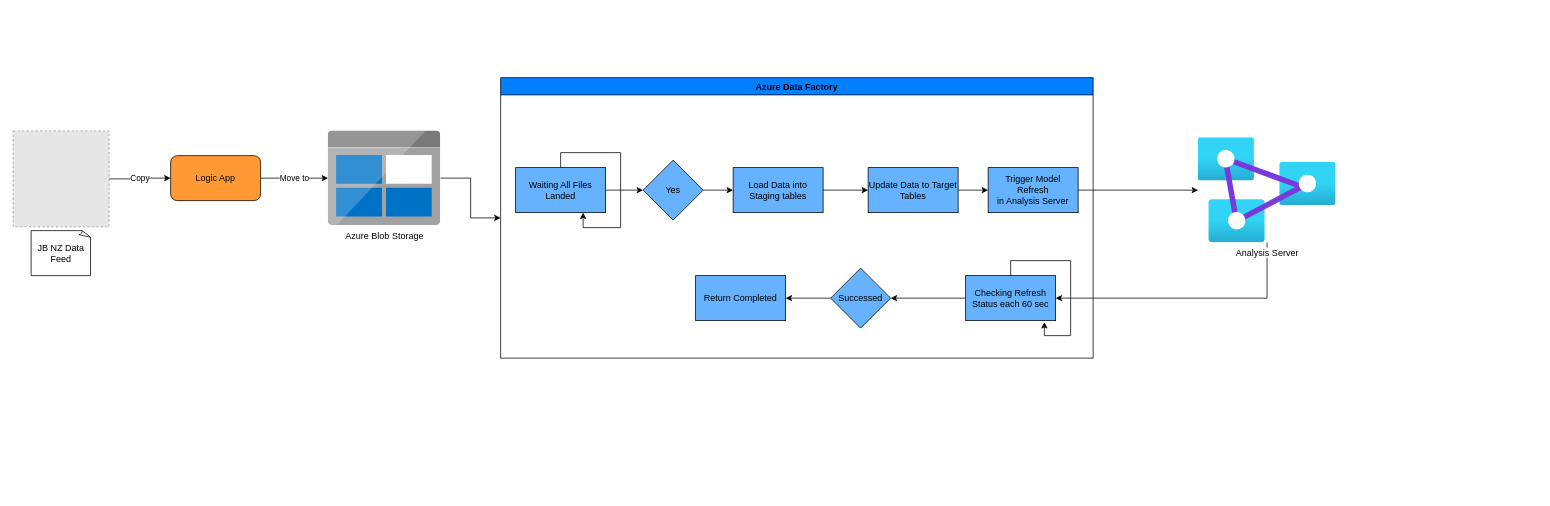
Above: JB NZ Data WorkFlow.drawio in Ben47happyday/ben (draw.io), before the change. Source tidied: cells renumbered, new cells numbered last; positions are measured from the earlier drawing's top-left corner, leaving out a move shared by most shapes. Both pictures are drawn from the tidied source at 75%, with x=0, y=0 at pixel (13, 77). Pictures stored in the file or linked from it are replaced by grey dashed boxes.
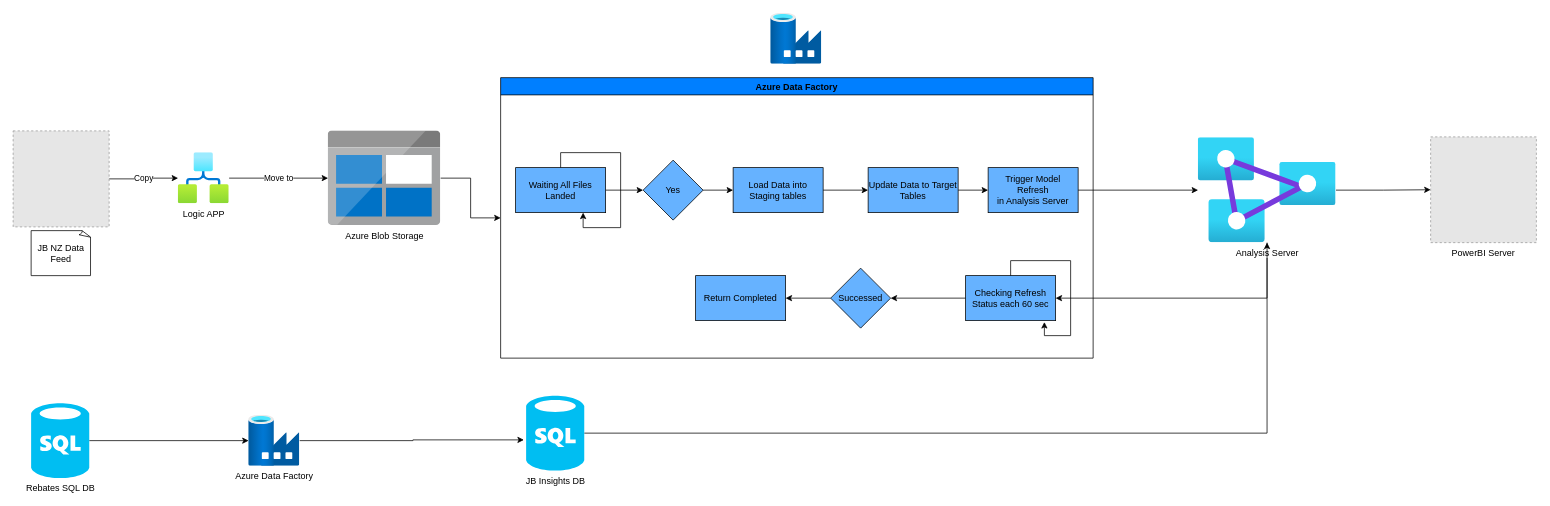
After the change.

Unchanged cells that the change refers to:
```xml
<mxCell id="21" value="Azure Blob Storage" style="sketch=0;html=1;points=[];align=center;image;fontSize=12;image=img/lib/mscae/BlobBlock.svg;fillColor=#FF9933;" parent="1" vertex="1">
  <mxGeometry x="420" y="71" width="150" height="126" as="geometry" />
</mxCell>
<mxCell id="22" style="fillColor=#E6E6E6;strokeColor=#999999;dashed=1;html=1;verticalAlign=top;verticalLabelPosition=bottom;labelBackgroundColor=#ffffff;" parent="1" vertex="1">
  <mxGeometry y="71" width="128" height="128" as="geometry" />
</mxCell>
<mxCell id="25" value="Analysis Server" style="html=1;points=[];align=center;image;fontSize=12;image=img/lib/azure2/analytics/Analysis_Services.svg;fillColor=#66B2FF;" parent="1" vertex="1">
  <mxGeometry x="1580" y="80" width="183.8" height="140" as="geometry" />
</mxCell>
```

Change to the diagram source:
```diff
@@
-    <mxCell id="17" value="Move to" style="edgeStyle=orthogonalEdgeStyle;rounded=0;jettySize=auto;html=1;" parent="1" edge="1" source="18" target="21">
+    <mxCell id="17" value="Move to" style="edgeStyle=orthogonalEdgeStyle;rounded=0;jettySize=auto;html=1;" parent="1" edge="1" source="30" target="21">
       <mxGeometry relative="1" as="geometry" />
     </mxCell>
-    <mxCell id="18" value="Logic App" style="rounded=1;whiteSpace=wrap;html=1;fillColor=#FF9933;" parent="1" vertex="1">
-      <mxGeometry x="210" y="104" width="120" height="60" as="geometry" />
-    </mxCell>
-    <mxCell id="19" value="Copy" style="edgeStyle=orthogonalEdgeStyle;rounded=0;jettySize=auto;html=1;" parent="1" edge="1" source="22" target="18">
+    <mxCell id="19" value="Copy" style="edgeStyle=orthogonalEdgeStyle;rounded=0;jettySize=auto;html=1;" parent="1" edge="1" source="22" target="30">
       <mxGeometry relative="1" as="geometry" />
     </mxCell>
@@
+    <mxCell id="29" style="edgeStyle=orthogonalEdgeStyle;rounded=0;jettySize=auto;html=1;" parent="1" edge="1" source="25" target="38">
+      <mxGeometry relative="1" as="geometry" />
+    </mxCell>
@@
+    <mxCell id="30" value="Logic APP" style="image;html=1;points=[];align=center;fontSize=12;image=img/lib/azure2/internet_of_things/Logic_Apps.svg;" parent="1" vertex="1">
+      <mxGeometry x="220" y="100" width="68" height="68" as="geometry" />
+    </mxCell>
+    <mxCell id="31" style="edgeStyle=orthogonalEdgeStyle;rounded=0;jettySize=auto;html=1;" parent="1" edge="1" source="32" target="25">
+      <mxGeometry relative="1" as="geometry" />
+    </mxCell>
+    <mxCell id="32" value="JB Insights DB&lt;br&gt;" style="verticalLabelPosition=bottom;html=1;verticalAlign=top;align=center;strokeColor=none;fillColor=#00BEF2;shape=mxgraph.azure.sql_database;" parent="1" vertex="1">
+      <mxGeometry x="684" y="424" width="77.5" height="100" as="geometry" />
+    </mxCell>
+    <mxCell id="33" style="image;html=1;align=center;fontSize=12;image=img/lib/azure2/databases/Data_Factory.svg;" parent="1" vertex="1">
+      <mxGeometry x="1010" y="-86" width="68" height="68" as="geometry" />
+    </mxCell>
+    <mxCell id="34" value="Azure Data Factory" style="image;html=1;points=[];align=center;fontSize=12;image=img/lib/azure2/databases/Data_Factory.svg;" parent="1" vertex="1">
+      <mxGeometry x="314" y="450" width="68" height="68" as="geometry" />
+    </mxCell>
+    <mxCell id="35" style="edgeStyle=orthogonalEdgeStyle;rounded=0;jettySize=auto;html=1;" parent="1" edge="1" source="36" target="34">
+      <mxGeometry relative="1" as="geometry" />
+    </mxCell>
+    <mxCell id="36" value="Rebates SQL DB" style="verticalLabelPosition=bottom;html=1;verticalAlign=top;align=center;strokeColor=none;fillColor=#00BEF2;shape=mxgraph.azure.sql_database;" parent="1" vertex="1">
+      <mxGeometry x="24" y="434" width="77.5" height="100" as="geometry" />
+    </mxCell>
+    <mxCell id="37" style="edgeStyle=orthogonalEdgeStyle;rounded=0;jettySize=auto;html=1;entryX=-0.039;entryY=0.59;entryDx=0;entryDy=0;entryPerimeter=0;" parent="1" edge="1" source="34" target="32">
+      <mxGeometry relative="1" as="geometry" />
+    </mxCell>
+    <mxCell id="38" value="PowerBI Server" style="fillColor=#E6E6E6;strokeColor=#999999;dashed=1;verticalLabelPosition=bottom;labelBackgroundColor=default;verticalAlign=top;" parent="1" vertex="1">
+      <mxGeometry x="1890" y="79" width="141" height="141" as="geometry" />
+    </mxCell>
```
